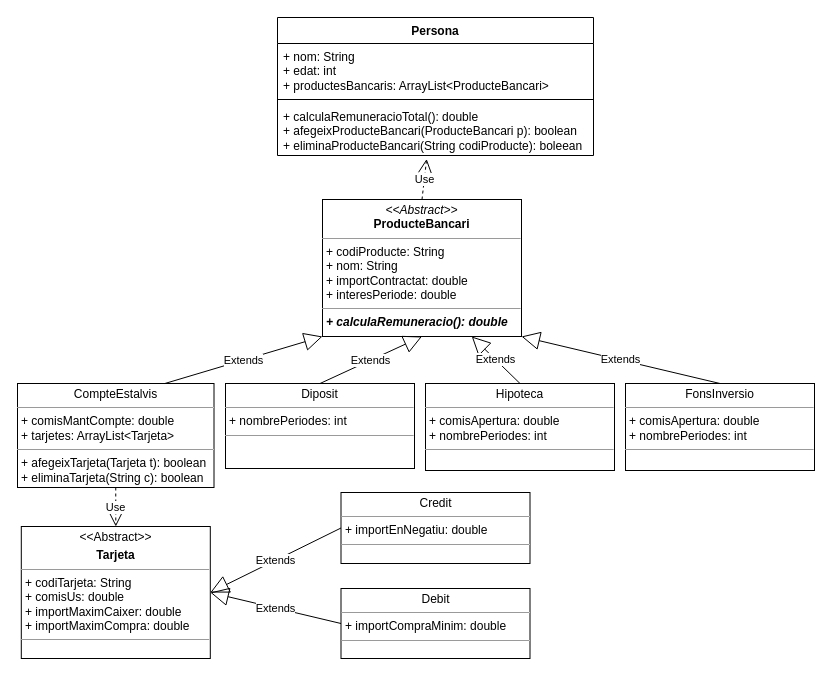
Earlier version of the draw.io diagram DRAW.IO/ACT8_5A.drawio (bvivess/PRG). Source tidied: cells renumbered, new cells numbered last; positions are measured from the earlier drawing's top-left corner, leaving out a move shared by most shapes. Both pictures are drawn from the tidied source at 100%, with x=0, y=0 at pixel (17, 17).
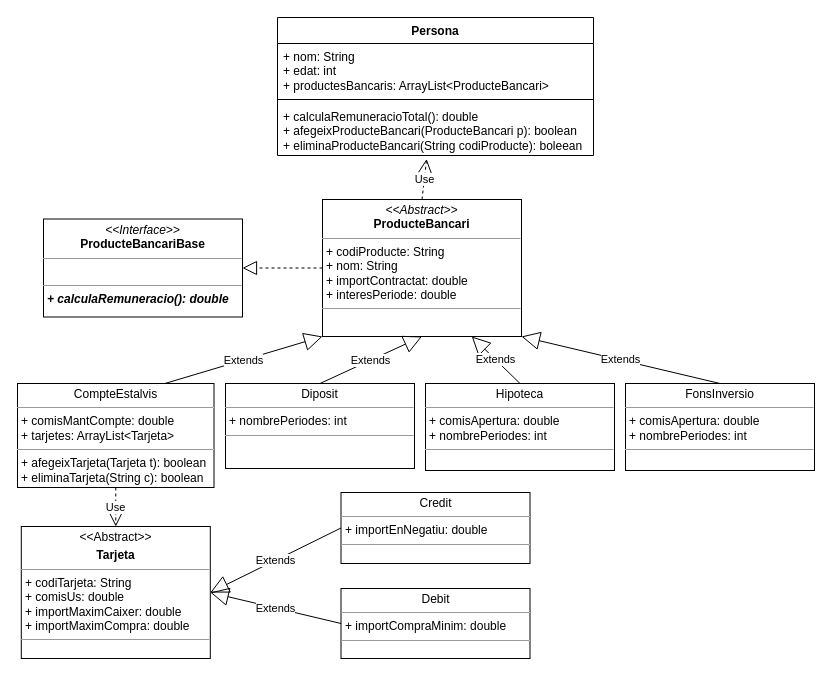
The same diagram, later.

What changed in the source:
```diff
@@
-    <mxCell id="8" value="&lt;p style=&quot;margin:0px;margin-top:4px;text-align:center;&quot;&gt;&lt;i style=&quot;border-color: var(--border-color);&quot;&gt;&amp;lt;&amp;lt;Abstract&amp;gt;&amp;gt;&lt;/i&gt;&lt;br style=&quot;border-color: var(--border-color);&quot;&gt;&lt;b style=&quot;border-color: var(--border-color);&quot;&gt;ProducteBancari&lt;/b&gt;&lt;br&gt;&lt;/p&gt;&lt;hr size=&quot;1&quot;&gt;&lt;p style=&quot;margin:0px;margin-left:4px;&quot;&gt;+ codiProducte: String&lt;/p&gt;&lt;p style=&quot;margin:0px;margin-left:4px;&quot;&gt;+ nom: String&lt;/p&gt;&lt;p style=&quot;border-color: var(--border-color); margin: 0px 0px 0px 4px;&quot;&gt;+ importContractat: double&lt;/p&gt;&lt;p style=&quot;border-color: var(--border-color); margin: 0px 0px 0px 4px;&quot;&gt;+ interesPeriode: double&lt;/p&gt;&lt;hr size=&quot;1&quot;&gt;&lt;p style=&quot;margin:0px;margin-left:4px;&quot;&gt;&lt;b&gt;&lt;i&gt;+ calculaRemuneracio(): double&lt;/i&gt;&lt;/b&gt;&lt;/p&gt;" style="verticalAlign=top;align=left;overflow=fill;fontSize=12;fontFamily=Helvetica;html=1;whiteSpace=wrap;" parent="1" vertex="1">
+    <mxCell id="8" value="&lt;p style=&quot;margin:0px;margin-top:4px;text-align:center;&quot;&gt;&lt;i style=&quot;border-color: var(--border-color);&quot;&gt;&amp;lt;&amp;lt;Abstract&amp;gt;&amp;gt;&lt;/i&gt;&lt;br style=&quot;border-color: var(--border-color);&quot;&gt;&lt;b style=&quot;border-color: var(--border-color);&quot;&gt;ProducteBancari&lt;/b&gt;&lt;br&gt;&lt;/p&gt;&lt;hr size=&quot;1&quot;&gt;&lt;p style=&quot;margin:0px;margin-left:4px;&quot;&gt;+ codiProducte: String&lt;/p&gt;&lt;p style=&quot;margin:0px;margin-left:4px;&quot;&gt;+ nom: String&lt;/p&gt;&lt;p style=&quot;border-color: var(--border-color); margin: 0px 0px 0px 4px;&quot;&gt;+ importContractat: double&lt;/p&gt;&lt;p style=&quot;border-color: var(--border-color); margin: 0px 0px 0px 4px;&quot;&gt;+ interesPeriode: double&lt;/p&gt;&lt;hr size=&quot;1&quot;&gt;&lt;p style=&quot;margin:0px;margin-left:4px;&quot;&gt;&lt;br&gt;&lt;/p&gt;" style="verticalAlign=top;align=left;overflow=fill;fontSize=12;fontFamily=Helvetica;html=1;whiteSpace=wrap;" parent="1" vertex="1">
       <mxGeometry x="305" y="182" width="199" height="137" as="geometry" />
     </mxCell>
@@
+    <mxCell id="22" value="&lt;p style=&quot;margin:0px;margin-top:4px;text-align:center;&quot;&gt;&lt;i style=&quot;border-color: var(--border-color);&quot;&gt;&amp;lt;&amp;lt;Interface&amp;gt;&amp;gt;&lt;/i&gt;&lt;br style=&quot;border-color: var(--border-color);&quot;&gt;&lt;b style=&quot;border-color: var(--border-color);&quot;&gt;ProducteBancariBase&lt;/b&gt;&lt;br&gt;&lt;/p&gt;&lt;hr size=&quot;1&quot;&gt;&lt;p style=&quot;margin:0px;margin-left:4px;&quot;&gt;&lt;br&gt;&lt;/p&gt;&lt;hr size=&quot;1&quot;&gt;&lt;p style=&quot;margin:0px;margin-left:4px;&quot;&gt;&lt;b&gt;&lt;i&gt;+ calculaRemuneracio(): double&lt;/i&gt;&lt;/b&gt;&lt;/p&gt;" style="verticalAlign=top;align=left;overflow=fill;fontSize=12;fontFamily=Helvetica;html=1;whiteSpace=wrap;" parent="1" vertex="1">
+      <mxGeometry x="26" y="201.5" width="199" height="98" as="geometry" />
+    </mxCell>
+    <mxCell id="23" style="endArrow=block;dashed=1;endFill=0;endSize=12;html=1;rounded=0;entryX=1;entryY=0.5;entryDx=0;entryDy=0;exitX=0;exitY=0.5;exitDx=0;exitDy=0;" parent="1" edge="1" source="8" target="22">
+      <mxGeometry relative="1" as="geometry" />
+    </mxCell>
```
